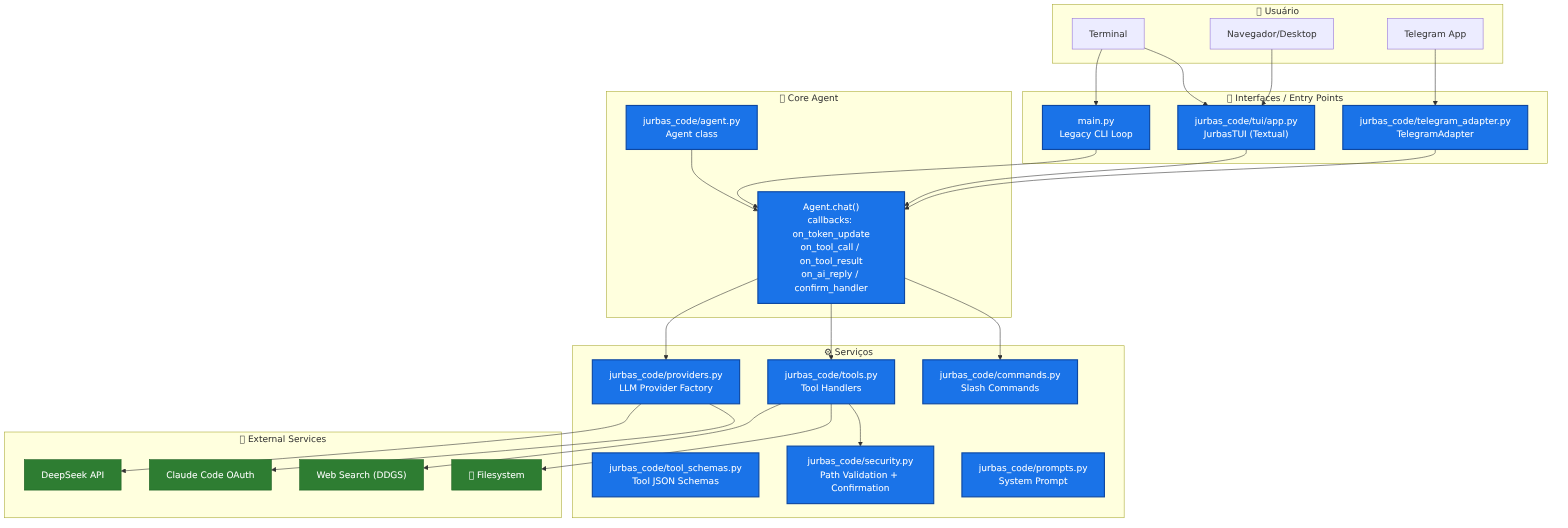
Earlier version of the Mermaid export docs/architecture-before.png (jurbasgames/Jurbas-Code). Its source is kept beside it as docs/architecture-before.mmd. The source it was exported from:
```mermaid
flowchart TB
    subgraph User["👤 Usuário"]
        direction LR
        U1[Terminal]
        U2[Navegador/Desktop]
        U3[Telegram App]
    end

    subgraph Interfaces["🎨 Interfaces / Entry Points"]
        CLI["main.py<br/>Legacy CLI Loop"]
        TUI["jurbas_code/tui/app.py<br/>JurbasTUI (Textual)"]
        TG["jurbas_code/telegram_adapter.py<br/>TelegramAdapter"]
    end

    subgraph Core["🧠 Core Agent"]
        AGENT["jurbas_code/agent.py<br/>Agent class"]
        AGENT_CHAT["Agent.chat()<br/>callbacks: on_token_update<br/>on_tool_call / on_tool_result<br/>on_ai_reply / confirm_handler"]
    end

    subgraph Services["⚙️ Serviços"]
        PROV["jurbas_code/providers.py<br/>LLM Provider Factory"]
        TOOLS["jurbas_code/tools.py<br/>Tool Handlers"]
        SCHEMAS["jurbas_code/tool_schemas.py<br/>Tool JSON Schemas"]
        SEC["jurbas_code/security.py<br/>Path Validation + Confirmation"]
        PROMPTS["jurbas_code/prompts.py<br/>System Prompt"]
        CMDS["jurbas_code/commands.py<br/>Slash Commands"]
    end

    subgraph External["🌐 External Services"]
        LLM_DP["DeepSeek API"]
        LLM_CL["Claude Code OAuth"]
        WEB["Web Search (DDGS)"]
        FS["📁 Filesystem"]
    end

    U1 --> CLI
    U1 --> TUI
    U2 --> TUI
    U3 --> TG

    CLI --> AGENT_CHAT
    TUI --> AGENT_CHAT
    TG --> AGENT_CHAT

    AGENT --> AGENT_CHAT
    AGENT_CHAT --> PROV
    AGENT_CHAT --> TOOLS
    AGENT_CHAT --> CMDS

    PROV --> LLM_DP
    PROV --> LLM_CL
    TOOLS --> WEB
    TOOLS --> FS
    TOOLS --> SEC

    classDef current fill:#1a73e8,color:#fff,stroke:#0d47a1,stroke-width:2px
    classDef external fill:#2e7d32,color:#fff,stroke:#1b5e20,stroke-width:1px

    class CLI,TUI,TG,AGENT,AGENT_CHAT,PROV,TOOLS,SCHEMAS,SEC,PROMPTS,CMDS current
    class LLM_DP,LLM_CL,WEB,FS external
```
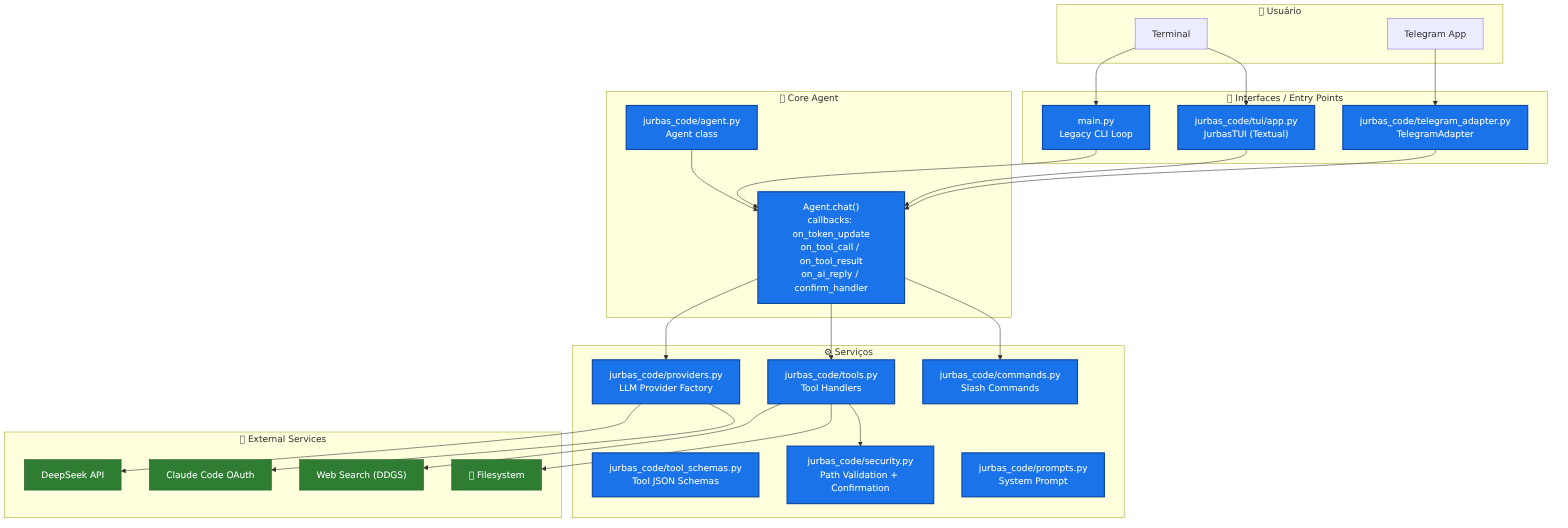
After the change.

Commit message:
fix: remove invalid connections in architecture diagrams

What changed in the source:
```diff
@@ -2,7 +2,6 @@
     subgraph User["👤 Usuário"]
         direction LR
         U1[Terminal]
-        U2[Navegador/Desktop]
         U3[Telegram App]
     end
 
@@ -35,7 +34,6 @@
 
     U1 --> CLI
     U1 --> TUI
-    U2 --> TUI
     U3 --> TG
 
     CLI --> AGENT_CHAT
```
